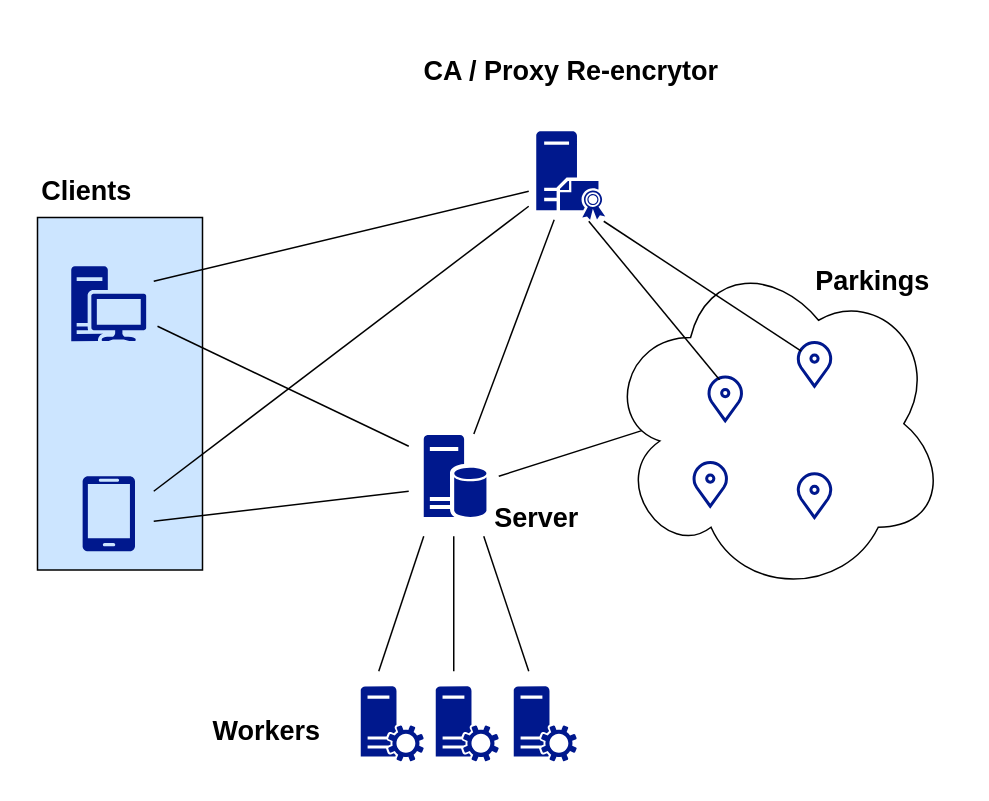
Before: tesi/schemes/architecture-scheme.drawio in Diebbo/tesi-latex, a draw.io diagram. Source tidied: cells renumbered, new cells numbered last; positions are measured from the earlier drawing's top-left corner, leaving out a move shared by most shapes. Both pictures are drawn from the tidied source at 150%, with x=0, y=0 at pixel (-57, 26).
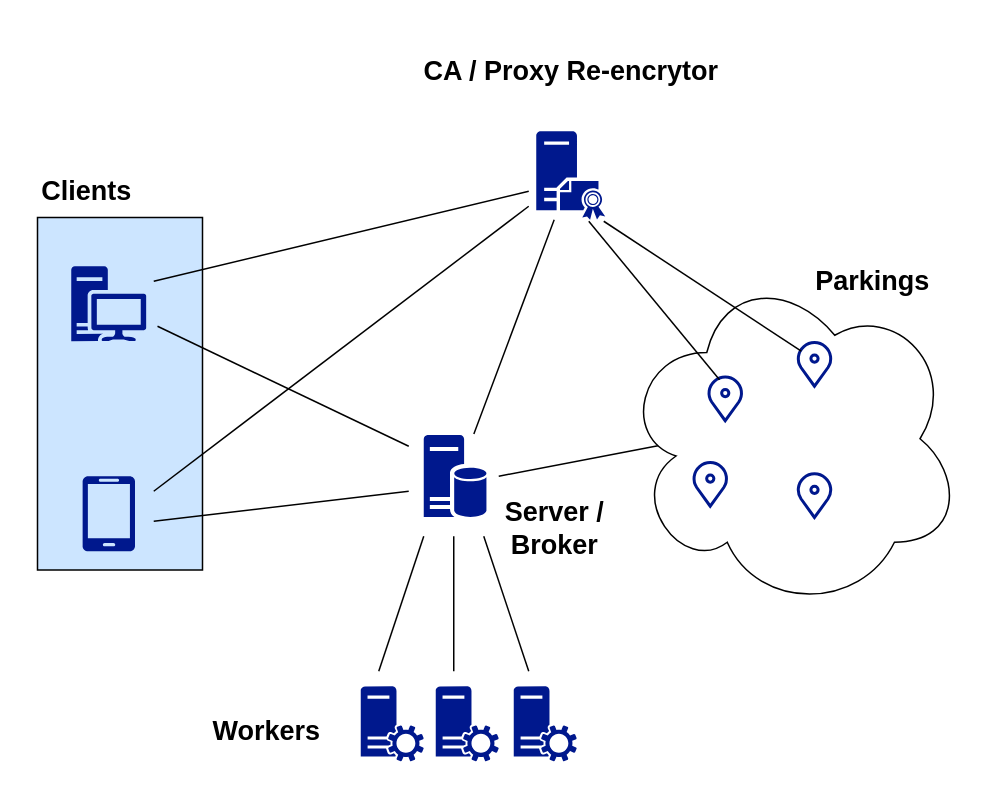
After the change.

Commit message (it also covers changes not shown here):
fix architecture scheme

The edit, as a diff of the source:
```diff
@@
     <mxCell id="3" style="ellipse;shape=cloud;whiteSpace=wrap;html=1;" parent="1" vertex="1">
-      <mxGeometry x="441" y="150" width="227.5" height="230" as="geometry" />
+      <mxGeometry x="451.8" y="160" width="227.5" height="230" as="geometry" />
     </mxCell>
@@
-    <mxCell id="14" value="&lt;h2&gt;Server&lt;/h2&gt;" style="text;html=1;align=center;verticalAlign=middle;strokeColor=none;fillColor=none;" parent="1" vertex="1">
-      <mxGeometry x="355" y="297.5" width="80" height="60" as="geometry" />
-    </mxCell>
@@
+    <mxCell id="31" value="&lt;h2&gt;Server /&lt;br&gt;Broker&lt;/h2&gt;" style="text;html=1;align=center;verticalAlign=middle;strokeColor=none;fillColor=none;" parent="1" vertex="1">
+      <mxGeometry x="361.8" y="290" width="90" height="90" as="geometry" />
+    </mxCell>
```
